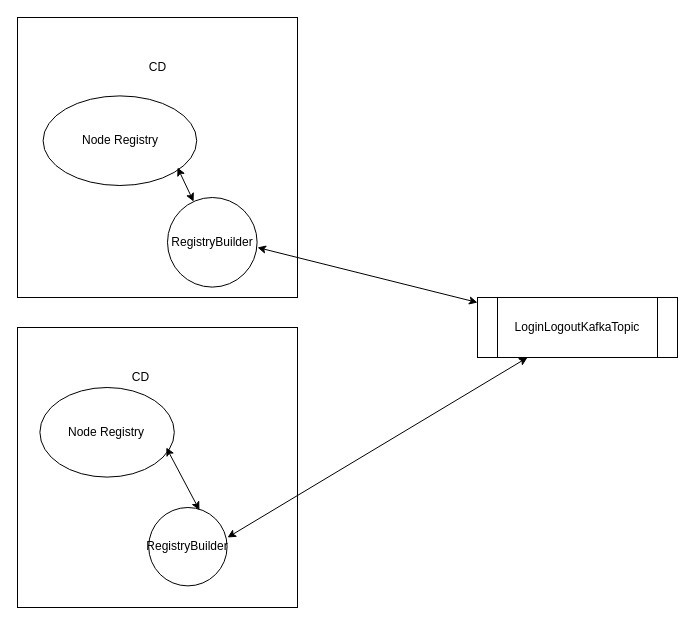
Above: Embedded Cache CD.drawio in anshuldevmehta/RandomDiagrams (draw.io), before the change. Source tidied: cells renumbered, new cells numbered last; positions are measured from the earlier drawing's top-left corner, leaving out a move shared by most shapes. Both pictures are drawn from the tidied source at 100%, with x=0, y=0 at pixel (17, 17).
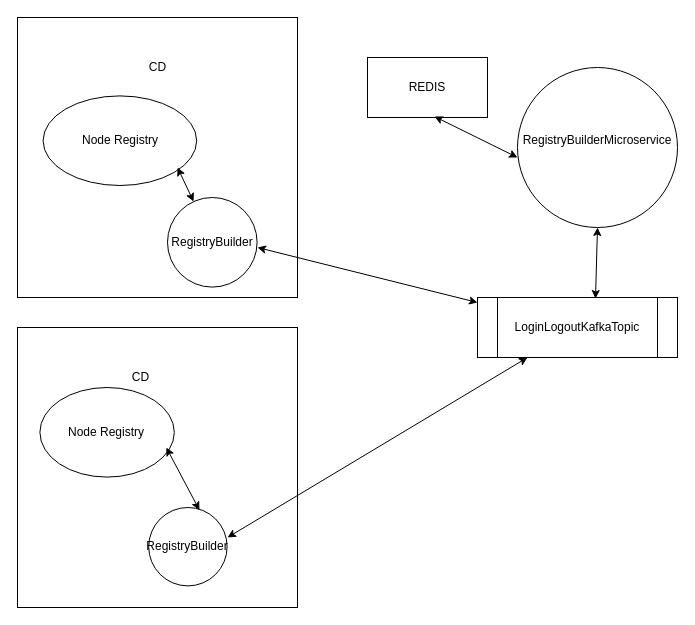
The same diagram, later.

The change refers to these unchanged cells:
```xml
<mxCell id="9" value="LoginLogoutKafkaTopic" style="shape=process;whiteSpace=wrap;html=1;backgroundOutline=1;" parent="1" vertex="1">
  <mxGeometry x="460" y="280" width="200" height="60" as="geometry" />
</mxCell>
```

Diff of the diagram source:
```diff
@@
+    <mxCell id="17" value="&lt;div&gt;RegistryBuilderMicroservice&lt;/div&gt;&lt;div&gt;&lt;br&gt;&lt;/div&gt;" style="ellipse;whiteSpace=wrap;html=1;" parent="1" vertex="1">
+      <mxGeometry x="500" y="50" width="160" height="160" as="geometry" />
+    </mxCell>
+    <mxCell id="18" style="endArrow=classic;startArrow=classic;html=1;rounded=0;exitX=0.59;exitY=0.017;exitDx=0;exitDy=0;exitPerimeter=0;" parent="1" edge="1" source="9">
+      <mxGeometry relative="1" as="geometry">
+        <mxPoint x="580" y="210" as="targetPoint" />
+      </mxGeometry>
+    </mxCell>
+    <mxCell id="19" value="REDIS" style="rounded=0;whiteSpace=wrap;html=1;" parent="1" vertex="1">
+      <mxGeometry x="350" y="40" width="120" height="60" as="geometry" />
+    </mxCell>
+    <mxCell id="20" style="endArrow=classic;startArrow=classic;html=1;rounded=0;exitX=0.558;exitY=0.983;exitDx=0;exitDy=0;exitPerimeter=0;" parent="1" edge="1" source="19">
+      <mxGeometry relative="1" as="geometry">
+        <mxPoint x="500" y="140" as="targetPoint" />
+      </mxGeometry>
+    </mxCell>
```
